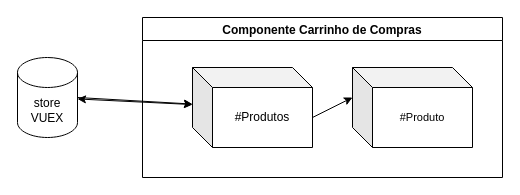
burgostecnologia/componentes-vue-burgos keeps this draw.io diagram as page "Componente Carrinho Compras" (1 of 2) of src/draw/desenho.drawio. Above is the earlier version. Source tidied: cells renumbered, new cells numbered last; positions are measured from the earlier drawing's top-left corner, leaving out a move shared by most shapes. Both pictures are drawn from the tidied source at 100%, with x=0, y=0 at pixel (17, 17).
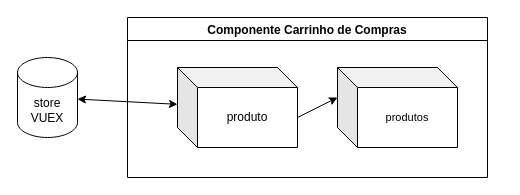
Above is the later version.

Diff of the diagram source:
```diff
@@
 <mxGraphModel>
   <root>
     <mxCell id="0" />
     <mxCell id="1" parent="0" />
-    <mxCell id="2" style="html=1;exitX=1;exitY=0.5;exitDx=0;exitDy=0;exitPerimeter=0;fontSize=11;endArrow=classic;endFill=1;" parent="1" edge="1" source="3" target="6">
-      <mxGeometry relative="1" as="geometry" />
-    </mxCell>
     <mxCell id="3" value="store&lt;br&gt;VUEX" style="shape=cylinder3;whiteSpace=wrap;html=1;boundedLbl=1;backgroundOutline=1;size=15;" parent="1" vertex="1">
       <mxGeometry y="40" width="60" height="80" as="geometry" />
     </mxCell>
     <mxCell id="4" value="Componente Carrinho de Compras" style="swimlane;" parent="1" vertex="1">
-      <mxGeometry x="125" width="360" height="160" as="geometry" />
+      <mxGeometry x="110" width="360" height="160" as="geometry" />
     </mxCell>
-    <mxCell id="5" value="#Produto" style="shape=cube;whiteSpace=wrap;html=1;boundedLbl=1;backgroundOutline=1;darkOpacity=0.05;darkOpacity2=0.1;fontSize=11;" parent="4" vertex="1">
+    <mxCell id="5" value="produtos" style="shape=cube;whiteSpace=wrap;html=1;boundedLbl=1;backgroundOutline=1;darkOpacity=0.05;darkOpacity2=0.1;fontSize=11;" parent="4" vertex="1">
       <mxGeometry x="210" y="50" width="120" height="80" as="geometry" />
     </mxCell>
-    <mxCell id="6" value="#Produtos" style="shape=cube;whiteSpace=wrap;html=1;boundedLbl=1;backgroundOutline=1;darkOpacity=0.05;darkOpacity2=0.1;" parent="4" vertex="1">
+    <mxCell id="6" value="produto" style="shape=cube;whiteSpace=wrap;html=1;boundedLbl=1;backgroundOutline=1;darkOpacity=0.05;darkOpacity2=0.1;" parent="4" vertex="1">
       <mxGeometry x="50" y="50" width="120" height="80" as="geometry" />
     </mxCell>
     <mxCell id="7" style="edgeStyle=none;html=1;exitX=0;exitY=0;exitDx=120;exitDy=50;exitPerimeter=0;entryX=0;entryY=0;entryDx=0;entryDy=30;entryPerimeter=0;" parent="4" edge="1" source="6" target="5">
       <mxGeometry relative="1" as="geometry" />
     </mxCell>
     <mxCell id="8" style="edgeStyle=none;html=1;fontSize=11;endArrow=classic;endFill=1;startArrow=classic;startFill=1;" parent="1" edge="1" source="6" target="3">
       <mxGeometry relative="1" as="geometry" />
     </mxCell>
   </root>
 </mxGraphModel>
```
